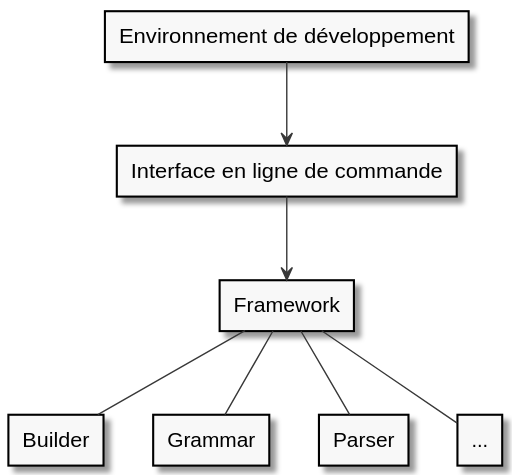
The PlantUML diagram extra-doc/presentations/architecture-pp.svg in chlablak/platinum-parsing, before a commit. Its source is kept beside it as extra-doc/diagrams/presentation/architecture-pp.plantuml.
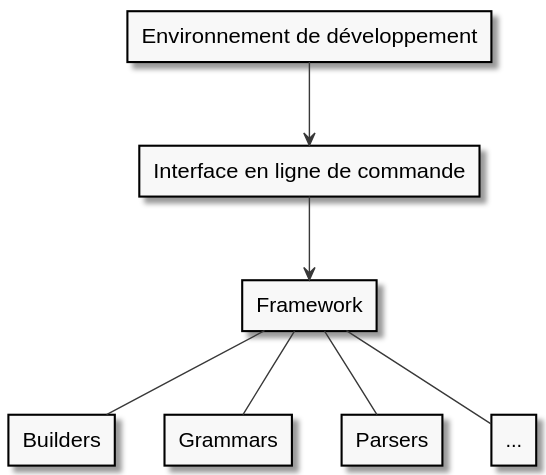
Above is the later version.

Diff of the diagram source:
```diff
@@ -5,9 +5,9 @@
 rectangle "Environnement de développement" as ide
 rectangle "Interface en ligne de commande" as cli
 rectangle "Framework" as fw
-rectangle "Builder" as b
-rectangle "Grammar" as g
-rectangle "Parser" as p
+rectangle "Builders" as b
+rectangle "Grammars" as g
+rectangle "Parsers" as p
 rectangle "..." as o
 
 
```
